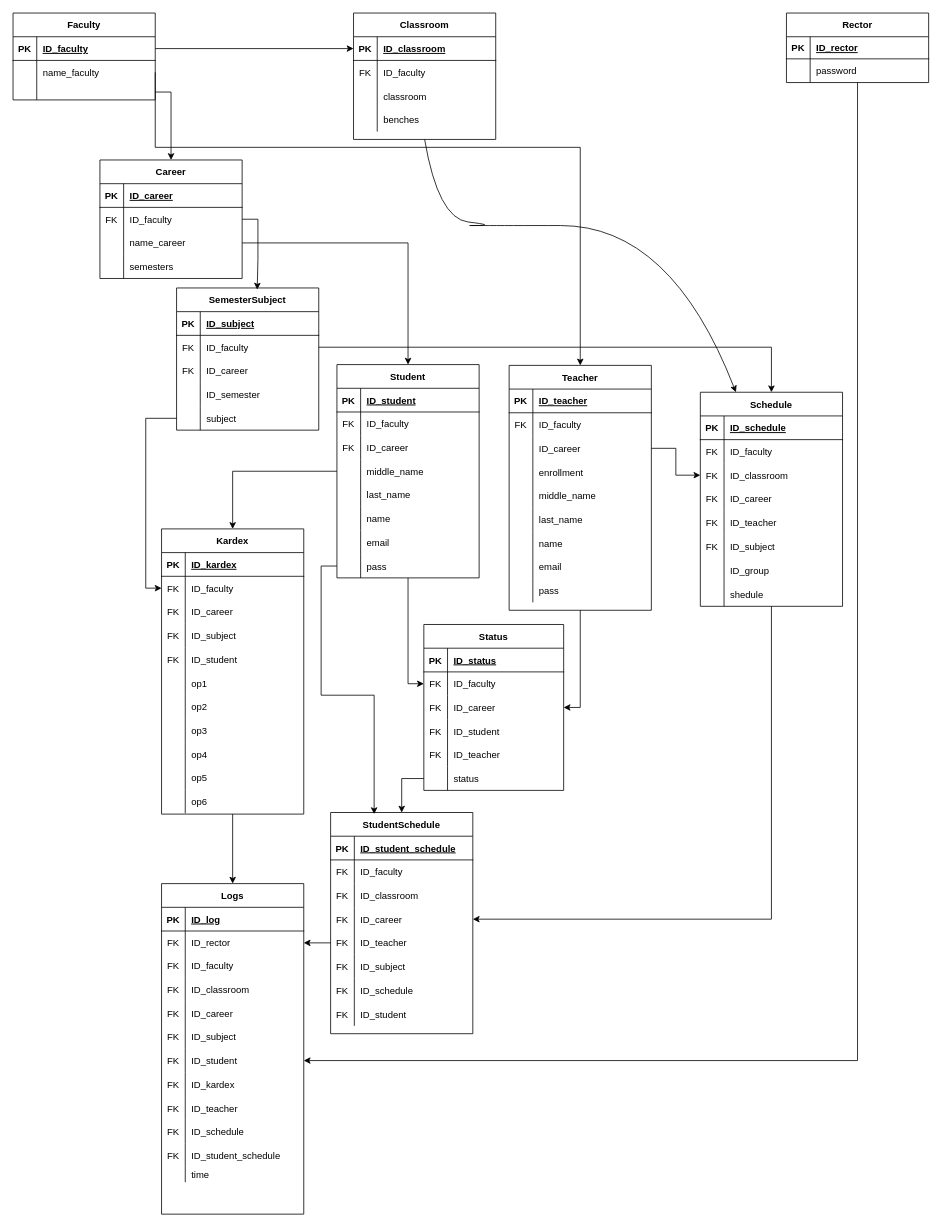
miguelrang/InscripcionHorarioSIASE-UANL-SIMULACION-2.0 keeps this draw.io diagram as UANL.drawio. Above is the earlier version. Source tidied: cells renumbered, new cells numbered last; positions are measured from the earlier drawing's top-left corner, leaving out a move shared by most shapes. Both pictures are drawn from the tidied source at 79%, with x=0, y=0 at pixel (13, 13).
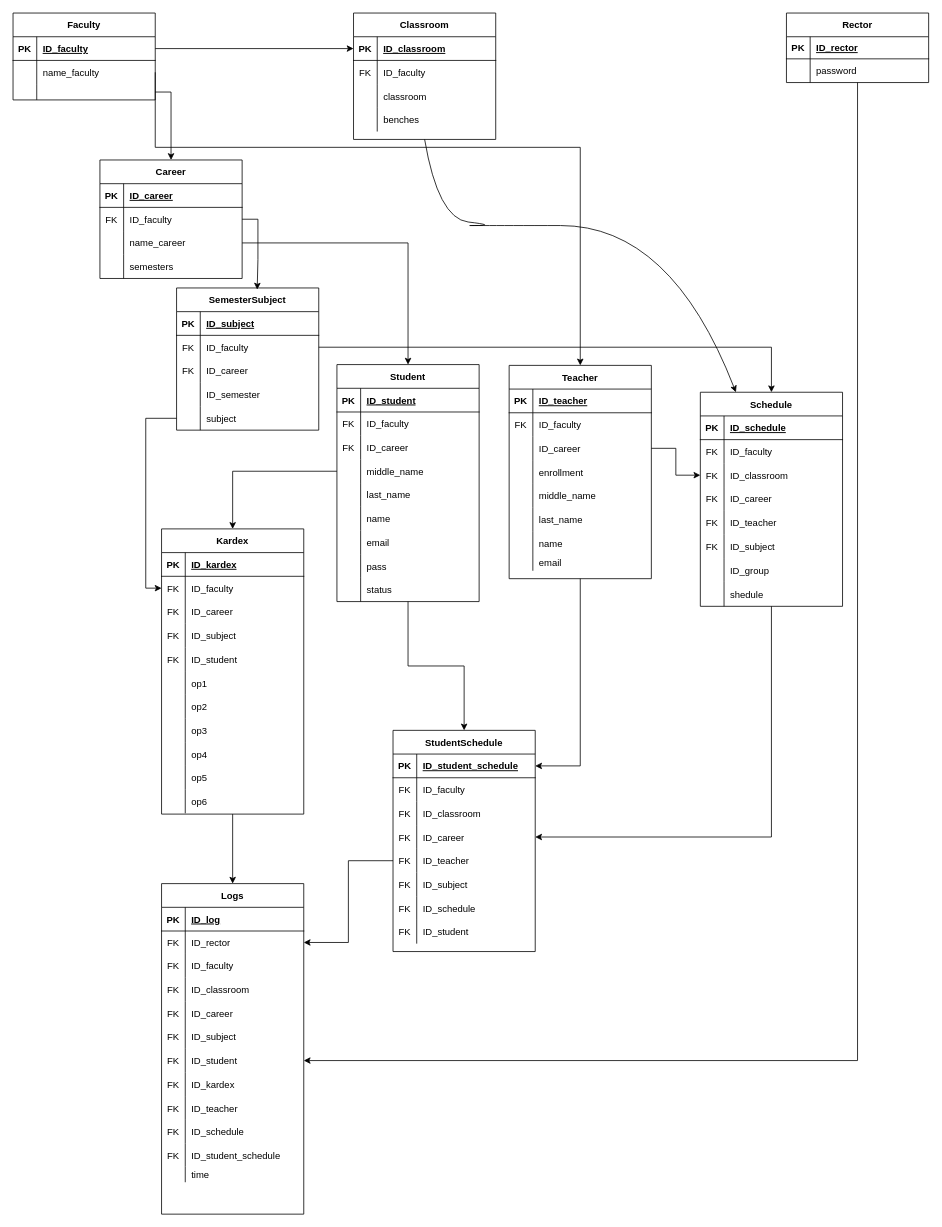
The same diagram, later.

Unchanged cells that the change refers to:
```xml
<mxCell id="72" style="shape=tableRow;horizontal=0;startSize=0;swimlaneHead=0;swimlaneBody=0;fillColor=none;points=[[0,0.5],[1,0.5]];portConstraint=eastwest;top=0;left=0;right=0;bottom=0;" parent="50" vertex="1">
  <mxGeometry y="240" width="180" height="30" as="geometry" />
</mxCell>
<mxCell id="187" style="shape=tableRow;horizontal=0;startSize=0;swimlaneHead=0;swimlaneBody=0;fillColor=none;points=[[0,0.5],[1,0.5]];portConstraint=eastwest;top=0;left=0;right=0;bottom=1;" parent="186" vertex="1">
  <mxGeometry y="30" width="180" height="30" as="geometry" />
</mxCell>
```

What changed in the source:
```diff
@@
-    <mxCell id="49" style="edgeStyle=orthogonalEdgeStyle;rounded=0;jettySize=auto;html=1;entryX=0;entryY=0.5;entryDx=0;entryDy=0;" parent="1" edge="1" source="50" target="254">
-      <mxGeometry relative="1" as="geometry" />
-    </mxCell>
+    <mxCell id="272" style="edgeStyle=orthogonalEdgeStyle;rounded=0;jettySize=auto;html=1;entryX=0.5;entryY=0;entryDx=0;entryDy=0;" parent="1" edge="1" source="50" target="186">
+      <mxGeometry relative="1" as="geometry" />
+    </mxCell>
     <mxCell id="50" value="Student" style="shape=table;startSize=30;childLayout=tableLayout;rowLines=0;fontStyle=1;align=center;" parent="1" vertex="1">
-      <mxGeometry x="410" y="445" width="180" height="270" as="geometry" />
+      <mxGeometry x="410" y="445" width="180" height="300" as="geometry" />
     </mxCell>
@@
+    <mxCell id="180" style="shape=tableRow;horizontal=0;startSize=0;swimlaneHead=0;swimlaneBody=0;fillColor=none;top=0;left=0;right=0;bottom=0;" parent="50" vertex="1">
+      <mxGeometry y="270" width="180" height="30" as="geometry" />
+    </mxCell>
+    <mxCell id="273" style="shape=partialRectangle;fillColor=none;top=0;left=0;bottom=0;right=0;overflow=hidden;" parent="180" vertex="1">
+      <mxGeometry width="30" height="30" as="geometry" />
+    </mxCell>
+    <mxCell id="268" value="status" style="shape=partialRectangle;fillColor=none;top=0;left=0;bottom=0;right=0;align=left;spacingLeft=6;overflow=hidden;" parent="180" vertex="1">
+      <mxGeometry x="30" width="150" height="30" as="geometry" />
+    </mxCell>
@@
-    <mxCell id="154" style="edgeStyle=orthogonalEdgeStyle;rounded=0;jettySize=auto;html=1;entryX=1;entryY=0.5;entryDx=0;entryDy=0;" parent="1" edge="1" source="155" target="250">
-      <mxGeometry relative="1" as="geometry" />
-    </mxCell>
+    <mxCell id="274" style="edgeStyle=orthogonalEdgeStyle;rounded=0;jettySize=auto;html=1;entryX=1;entryY=0.5;entryDx=0;entryDy=0;" parent="1" edge="1" source="155" target="187">
+      <mxGeometry relative="1" as="geometry" />
+    </mxCell>
     <mxCell id="155" value="Teacher" style="shape=table;startSize=30;childLayout=tableLayout;rowLines=0;fontStyle=1;align=center;" parent="1" vertex="1">
-      <mxGeometry x="628" y="446" width="180" height="310" as="geometry" />
+      <mxGeometry x="628" y="446" width="180" height="270" as="geometry" />
     </mxCell>
@@
     <mxCell id="177" style="shape=tableRow;horizontal=0;startSize=0;swimlaneHead=0;swimlaneBody=0;fillColor=none;top=0;left=0;right=0;bottom=0;" parent="155" vertex="1">
-      <mxGeometry y="240" width="180" height="30" as="geometry" />
+      <mxGeometry y="240" width="180" height="20" as="geometry" />
     </mxCell>
     <mxCell id="178" style="shape=partialRectangle;fillColor=none;top=0;left=0;bottom=0;right=0;overflow=hidden;" parent="177" vertex="1">
-      <mxGeometry width="30" height="30" as="geometry" />
+      <mxGeometry width="30" height="20" as="geometry" />
     </mxCell>
     <mxCell id="179" value="email" style="shape=partialRectangle;fillColor=none;top=0;left=0;bottom=0;right=0;align=left;spacingLeft=6;overflow=hidden;" parent="177" vertex="1">
-      <mxGeometry x="30" width="150" height="30" as="geometry" />
+      <mxGeometry x="30" width="150" height="20" as="geometry" />
     </mxCell>
-    <mxCell id="180" style="shape=tableRow;horizontal=0;startSize=0;swimlaneHead=0;swimlaneBody=0;fillColor=none;top=0;left=0;right=0;bottom=0;" parent="155" vertex="1">
-      <mxGeometry y="270" width="180" height="30" as="geometry" />
-    </mxCell>
-    <mxCell id="181" style="shape=partialRectangle;fillColor=none;top=0;left=0;bottom=0;right=0;overflow=hidden;" parent="180" vertex="1">
-      <mxGeometry width="30" height="30" as="geometry" />
-    </mxCell>
-    <mxCell id="182" value="pass" style="shape=partialRectangle;fillColor=none;top=0;left=0;bottom=0;right=0;align=left;spacingLeft=6;overflow=hidden;" parent="180" vertex="1">
-      <mxGeometry x="30" width="150" height="30" as="geometry" />
-    </mxCell>
@@
     <mxCell id="186" value="StudentSchedule" style="shape=table;startSize=30;childLayout=tableLayout;rowLines=0;fontStyle=1;align=center;" parent="1" vertex="1">
-      <mxGeometry x="402" y="1012" width="180" height="280" as="geometry" />
+      <mxGeometry x="481" y="908" width="180" height="280" as="geometry" />
     </mxCell>
@@
-    <mxCell id="250" value="Status" style="shape=table;startSize=30;childLayout=tableLayout;rowLines=0;fontStyle=1;align=center;" parent="1" vertex="1">
-      <mxGeometry x="520" y="774" width="177" height="210" as="geometry" />
-    </mxCell>
-    <mxCell id="251" style="shape=tableRow;horizontal=0;startSize=0;swimlaneHead=0;swimlaneBody=0;fillColor=none;top=0;left=0;right=0;bottom=1;" parent="250" vertex="1">
-      <mxGeometry y="30" width="177" height="30" as="geometry" />
-    </mxCell>
-    <mxCell id="252" value="PK" style="shape=partialRectangle;fillColor=none;top=0;left=0;bottom=0;right=0;fontStyle=1;overflow=hidden;" parent="251" vertex="1">
-      <mxGeometry width="30" height="30" as="geometry" />
-    </mxCell>
-    <mxCell id="253" value="ID_status" style="shape=partialRectangle;fillColor=none;top=0;left=0;bottom=0;right=0;align=left;spacingLeft=6;fontStyle=5;overflow=hidden;" parent="251" vertex="1">
-      <mxGeometry x="30" width="147" height="30" as="geometry" />
-    </mxCell>
-    <mxCell id="254" style="shape=tableRow;horizontal=0;startSize=0;swimlaneHead=0;swimlaneBody=0;fillColor=none;points=[[0,0.5],[1,0.5]];portConstraint=eastwest;top=0;left=0;right=0;bottom=0;" parent="250" vertex="1">
-      <mxGeometry y="60" width="177" height="30" as="geometry" />
-    </mxCell>
-    <mxCell id="255" value="FK" style="shape=partialRectangle;fillColor=none;top=0;left=0;bottom=0;right=0;overflow=hidden;" parent="254" vertex="1">
-      <mxGeometry width="30" height="30" as="geometry" />
-    </mxCell>
-    <mxCell id="256" value="ID_faculty" style="shape=partialRectangle;fillColor=none;top=0;left=0;bottom=0;right=0;align=left;spacingLeft=6;overflow=hidden;" parent="254" vertex="1">
-      <mxGeometry x="30" width="147" height="30" as="geometry" />
-    </mxCell>
-    <mxCell id="257" style="shape=tableRow;horizontal=0;startSize=0;swimlaneHead=0;swimlaneBody=0;fillColor=none;top=0;left=0;right=0;bottom=0;" parent="250" vertex="1">
-      <mxGeometry y="90" width="177" height="30" as="geometry" />
-    </mxCell>
-    <mxCell id="258" value="FK" style="shape=partialRectangle;fillColor=none;top=0;left=0;bottom=0;right=0;overflow=hidden;" parent="257" vertex="1">
-      <mxGeometry width="30" height="30" as="geometry" />
-    </mxCell>
-    <mxCell id="259" value="ID_career" style="shape=partialRectangle;fillColor=none;top=0;left=0;bottom=0;right=0;align=left;spacingLeft=6;overflow=hidden;" parent="257" vertex="1">
-      <mxGeometry x="30" width="147" height="30" as="geometry" />
-    </mxCell>
-    <mxCell id="260" style="shape=tableRow;horizontal=0;startSize=0;swimlaneHead=0;swimlaneBody=0;fillColor=none;top=0;left=0;right=0;bottom=0;" parent="250" vertex="1">
-      <mxGeometry y="120" width="177" height="30" as="geometry" />
-    </mxCell>
-    <mxCell id="261" value="FK" style="shape=partialRectangle;fillColor=none;top=0;left=0;bottom=0;right=0;overflow=hidden;" parent="260" vertex="1">
-      <mxGeometry width="30" height="30" as="geometry" />
-    </mxCell>
-    <mxCell id="262" value="ID_student" style="shape=partialRectangle;fillColor=none;top=0;left=0;bottom=0;right=0;align=left;spacingLeft=6;overflow=hidden;" parent="260" vertex="1">
-      <mxGeometry x="30" width="147" height="30" as="geometry" />
-    </mxCell>
-    <mxCell id="263" style="shape=tableRow;horizontal=0;startSize=0;swimlaneHead=0;swimlaneBody=0;fillColor=none;top=0;left=0;right=0;bottom=0;" parent="250" vertex="1">
-      <mxGeometry y="150" width="177" height="30" as="geometry" />
-    </mxCell>
-    <mxCell id="264" value="FK" style="shape=partialRectangle;fillColor=none;top=0;left=0;bottom=0;right=0;overflow=hidden;" parent="263" vertex="1">
-      <mxGeometry width="30" height="30" as="geometry" />
-    </mxCell>
-    <mxCell id="265" value="ID_teacher" style="shape=partialRectangle;fillColor=none;top=0;left=0;bottom=0;right=0;align=left;spacingLeft=6;overflow=hidden;" parent="263" vertex="1">
-      <mxGeometry x="30" width="147" height="30" as="geometry" />
-    </mxCell>
-    <mxCell id="266" style="shape=tableRow;horizontal=0;startSize=0;swimlaneHead=0;swimlaneBody=0;fillColor=none;points=[[0,0.5],[1,0.5]];portConstraint=eastwest;top=0;left=0;right=0;bottom=0;" parent="250" vertex="1">
-      <mxGeometry y="180" width="177" height="30" as="geometry" />
-    </mxCell>
-    <mxCell id="267" style="shape=partialRectangle;fillColor=none;top=0;left=0;bottom=0;right=0;overflow=hidden;" parent="266" vertex="1">
-      <mxGeometry width="30" height="30" as="geometry" />
-    </mxCell>
-    <mxCell id="268" value="status" style="shape=partialRectangle;fillColor=none;top=0;left=0;bottom=0;right=0;align=left;spacingLeft=6;overflow=hidden;" parent="266" vertex="1">
-      <mxGeometry x="30" width="147" height="30" as="geometry" />
-    </mxCell>
@@
-    <mxCell id="270" style="edgeStyle=orthogonalEdgeStyle;rounded=0;jettySize=auto;html=1;entryX=0.5;entryY=0;entryDx=0;entryDy=0;" parent="1" edge="1" source="266" target="186">
-      <mxGeometry relative="1" as="geometry" />
-    </mxCell>
-    <mxCell id="271" style="edgeStyle=orthogonalEdgeStyle;rounded=0;jettySize=auto;html=1;exitX=0;exitY=0.5;exitDx=0;exitDy=0;entryX=0.306;entryY=0.007;entryDx=0;entryDy=0;entryPerimeter=0;" parent="1" edge="1" source="72" target="186">
-      <mxGeometry relative="1" as="geometry" />
-    </mxCell>
```
